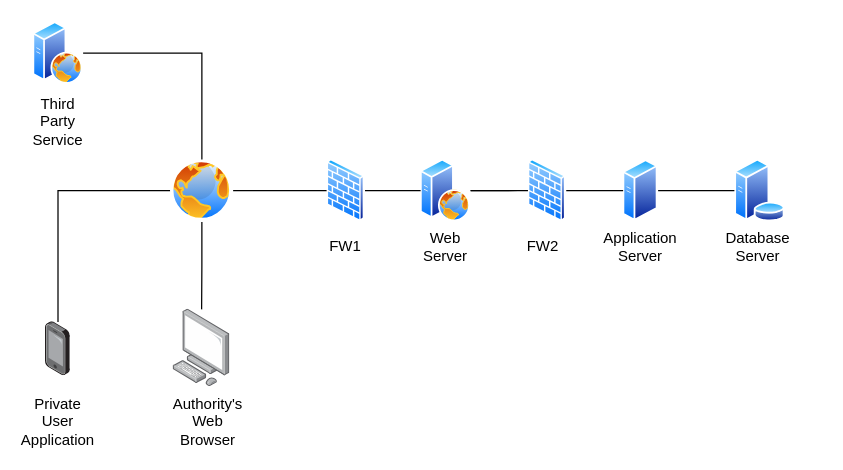
Before: assets/sequence_diagrams/architecture.drawio in Tallino/DaneseSavoldelli, a draw.io diagram. Source tidied: cells renumbered, new cells numbered last; positions are measured from the earlier drawing's top-left corner, leaving out a move shared by most shapes. Both pictures are drawn from the tidied source at 125%, with x=0, y=0 at pixel (32, 21).
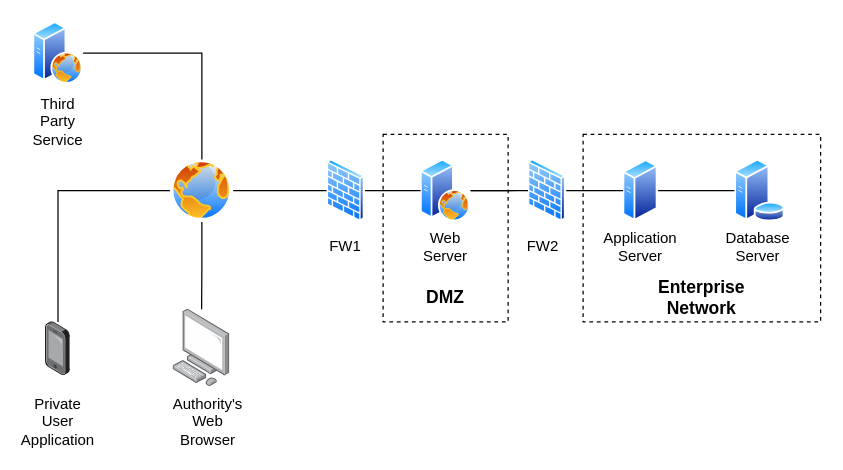
The same page after the edit.

What changed in the source:
```diff
@@
+    <mxCell id="28" style="rounded=0;whiteSpace=wrap;html=1;dashed=1;" parent="1" vertex="1">
+      <mxGeometry x="440" y="90" width="190" height="150" as="geometry" />
+    </mxCell>
+    <mxCell id="29" style="rounded=0;whiteSpace=wrap;html=1;dashed=1;" parent="1" vertex="1">
+      <mxGeometry x="280" y="90" width="100" height="150" as="geometry" />
+    </mxCell>
@@
+    <mxCell id="30" value="&lt;font style=&quot;font-size: 14px&quot;&gt;&lt;b&gt;DMZ&lt;/b&gt;&lt;/font&gt;" style="text;html=1;strokeColor=none;fillColor=none;align=center;verticalAlign=middle;whiteSpace=wrap;rounded=0;" parent="1" vertex="1">
+      <mxGeometry x="310" y="210" width="40" height="20" as="geometry" />
+    </mxCell>
+    <mxCell id="31" value="&lt;span style=&quot;font-size: 14px&quot;&gt;&lt;b&gt;Enterprise Network&lt;/b&gt;&lt;/span&gt;" style="text;html=1;strokeColor=none;fillColor=none;align=center;verticalAlign=middle;whiteSpace=wrap;rounded=0;" parent="1" vertex="1">
+      <mxGeometry x="515" y="210" width="40" height="20" as="geometry" />
+    </mxCell>
```
